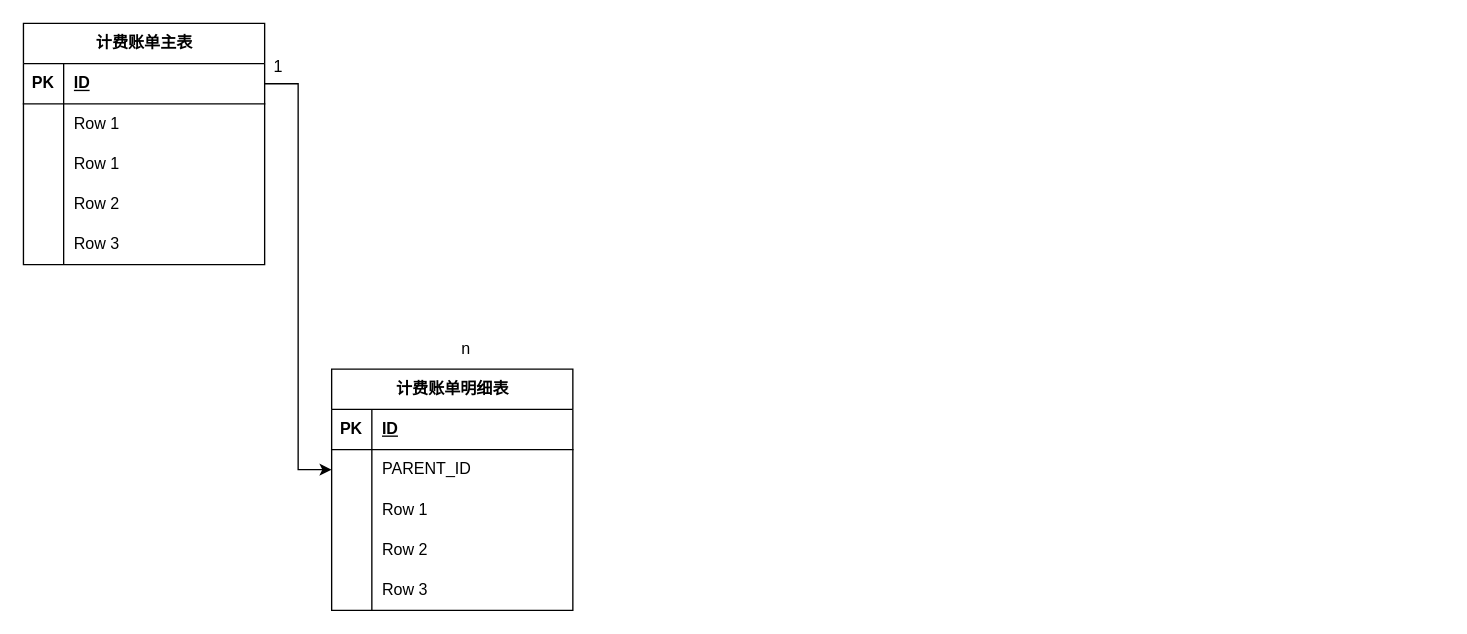
Before: page "第 1 页" (1 of 2) of 计费账单ER图.drawio in xiaohuihui7726/drawio, a draw.io diagram. Source tidied: cells renumbered, new cells numbered last; positions are measured from the earlier drawing's top-left corner, leaving out a move shared by most shapes. Both pictures are drawn from the tidied source at 134%, with x=0, y=0 at pixel (23, 23).
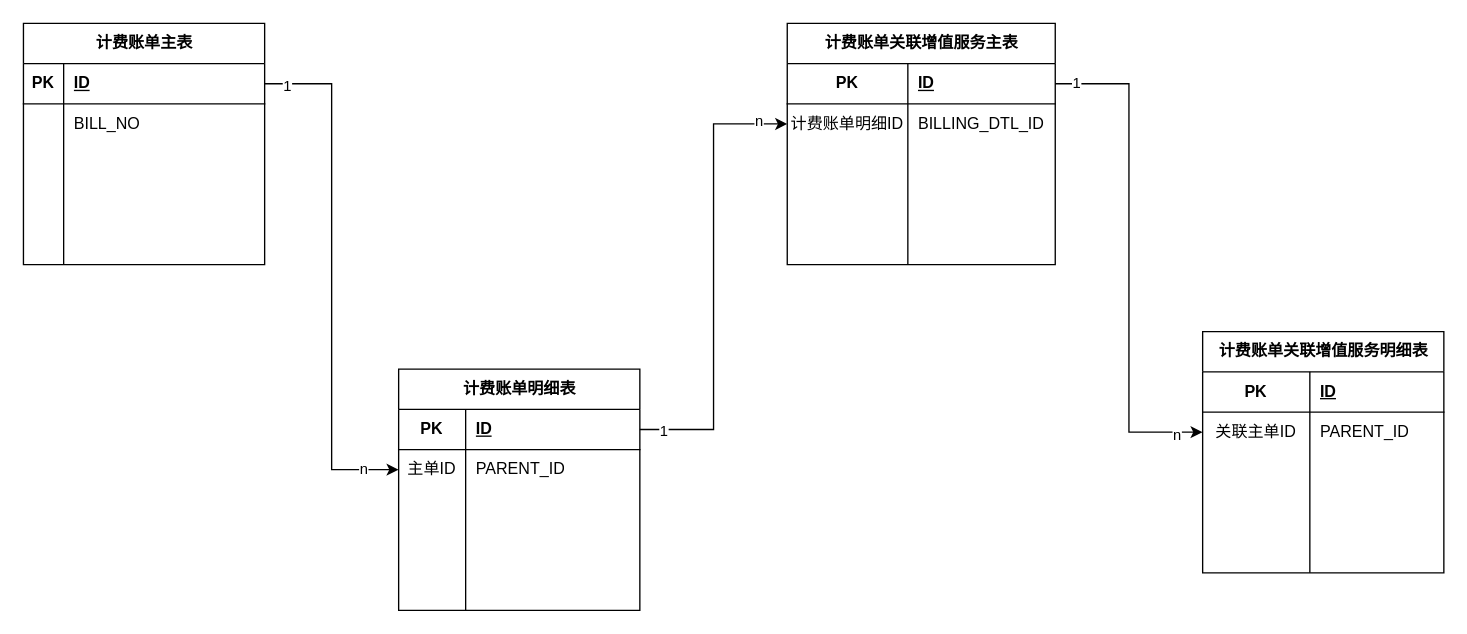
Above is the later version.

Commit message:
更新计费账单ER图.drawio

The change refers to these unchanged cells:
```xml
<mxCell id="6" style="shape=tableRow;horizontal=0;startSize=0;swimlaneHead=0;swimlaneBody=0;fillColor=none;top=0;left=0;right=0;bottom=0;" parent="2" vertex="1">
  <mxGeometry y="60" width="180" height="30" as="geometry" />
</mxCell>
<mxCell id="9" style="shape=tableRow;horizontal=0;startSize=0;swimlaneHead=0;swimlaneBody=0;fillColor=none;top=0;left=0;right=0;bottom=0;" parent="2" vertex="1">
  <mxGeometry y="90" width="180" height="30" as="geometry" />
</mxCell>
<mxCell id="12" style="shape=tableRow;horizontal=0;startSize=0;swimlaneHead=0;swimlaneBody=0;fillColor=none;top=0;left=0;right=0;bottom=0;" parent="2" vertex="1">
  <mxGeometry y="120" width="180" height="30" as="geometry" />
</mxCell>
<mxCell id="15" style="shape=tableRow;horizontal=0;startSize=0;swimlaneHead=0;swimlaneBody=0;fillColor=none;top=0;left=0;right=0;bottom=0;" parent="2" vertex="1">
  <mxGeometry y="150" width="180" height="30" as="geometry" />
</mxCell>
<mxCell id="19" style="shape=tableRow;horizontal=0;startSize=0;swimlaneHead=0;swimlaneBody=0;fillColor=none;points=[[0,0.5],[1,0.5]];portConstraint=eastwest;top=0;left=0;right=0;bottom=1;" parent="18" vertex="1">
  <mxGeometry y="30" width="180" height="30" as="geometry" />
</mxCell>
<mxCell id="22" style="shape=tableRow;horizontal=0;startSize=0;swimlaneHead=0;swimlaneBody=0;fillColor=none;points=[[0,0.5],[1,0.5]];portConstraint=eastwest;top=0;left=0;right=0;bottom=0;" parent="18" vertex="1">
  <mxGeometry y="60" width="180" height="30" as="geometry" />
</mxCell>
<mxCell id="25" style="shape=tableRow;horizontal=0;startSize=0;swimlaneHead=0;swimlaneBody=0;fillColor=none;top=0;left=0;right=0;bottom=0;" parent="18" vertex="1">
  <mxGeometry y="90" width="180" height="30" as="geometry" />
</mxCell>
<mxCell id="28" style="shape=tableRow;horizontal=0;startSize=0;swimlaneHead=0;swimlaneBody=0;fillColor=none;top=0;left=0;right=0;bottom=0;" parent="18" vertex="1">
  <mxGeometry y="120" width="180" height="30" as="geometry" />
</mxCell>
<mxCell id="31" style="shape=tableRow;horizontal=0;startSize=0;swimlaneHead=0;swimlaneBody=0;fillColor=none;top=0;left=0;right=0;bottom=0;" parent="18" vertex="1">
  <mxGeometry y="150" width="180" height="30" as="geometry" />
</mxCell>
<mxCell id="34" style="edgeStyle=orthogonalEdgeStyle;rounded=0;jettySize=auto;html=1;" parent="1" edge="1" source="3" target="22">
  <mxGeometry relative="1" as="geometry" />
</mxCell>
```

Change to the diagram source:
```diff
@@
-    <mxCell id="8" value="Row 1" style="shape=partialRectangle;fillColor=none;top=0;left=0;bottom=0;right=0;align=left;spacingLeft=6;overflow=hidden;whiteSpace=wrap;html=1;" parent="6" vertex="1">
+    <mxCell id="8" value="BILL_NO" style="shape=partialRectangle;fillColor=none;top=0;left=0;bottom=0;right=0;align=left;spacingLeft=6;overflow=hidden;whiteSpace=wrap;html=1;" parent="6" vertex="1">
       <mxGeometry x="30" width="150" height="30" as="geometry" />
     </mxCell>
@@
-    <mxCell id="11" value="Row 1" style="shape=partialRectangle;fillColor=none;top=0;left=0;bottom=0;right=0;align=left;spacingLeft=6;overflow=hidden;whiteSpace=wrap;html=1;" parent="9" vertex="1">
+    <mxCell id="11" style="shape=partialRectangle;fillColor=none;top=0;left=0;bottom=0;right=0;align=left;spacingLeft=6;overflow=hidden;whiteSpace=wrap;html=1;" parent="9" vertex="1">
       <mxGeometry x="30" width="150" height="30" as="geometry" />
     </mxCell>
@@
-    <mxCell id="14" value="Row 2" style="shape=partialRectangle;fillColor=none;top=0;left=0;bottom=0;right=0;align=left;spacingLeft=6;overflow=hidden;whiteSpace=wrap;html=1;" parent="12" vertex="1">
+    <mxCell id="14" style="shape=partialRectangle;fillColor=none;top=0;left=0;bottom=0;right=0;align=left;spacingLeft=6;overflow=hidden;whiteSpace=wrap;html=1;" parent="12" vertex="1">
       <mxGeometry x="30" width="150" height="30" as="geometry" />
     </mxCell>
@@
-    <mxCell id="17" value="Row 3" style="shape=partialRectangle;fillColor=none;top=0;left=0;bottom=0;right=0;align=left;spacingLeft=6;overflow=hidden;whiteSpace=wrap;html=1;" parent="15" vertex="1">
+    <mxCell id="17" style="shape=partialRectangle;fillColor=none;top=0;left=0;bottom=0;right=0;align=left;spacingLeft=6;overflow=hidden;whiteSpace=wrap;html=1;" parent="15" vertex="1">
       <mxGeometry x="30" width="150" height="30" as="geometry" />
     </mxCell>
     <mxCell id="18" value="计费账单明细表" style="shape=table;startSize=30;childLayout=tableLayout;rowLines=0;fontStyle=1;align=center;html=1;" parent="1" vertex="1">
-      <mxGeometry x="230" y="258" width="180" height="180" as="geometry" />
+      <mxGeometry x="280" y="258" width="180" height="180" as="geometry" />
     </mxCell>
@@
     <mxCell id="20" value="PK" style="shape=partialRectangle;fillColor=none;top=0;left=0;bottom=0;right=0;fontStyle=1;overflow=hidden;whiteSpace=wrap;html=1;" parent="19" vertex="1">
-      <mxGeometry width="30" height="30" as="geometry" />
+      <mxGeometry width="50" height="30" as="geometry" />
     </mxCell>
     <mxCell id="21" value="ID" style="shape=partialRectangle;fillColor=none;top=0;left=0;bottom=0;right=0;align=left;spacingLeft=6;fontStyle=5;overflow=hidden;whiteSpace=wrap;html=1;" parent="19" vertex="1">
-      <mxGeometry x="30" width="150" height="30" as="geometry" />
+      <mxGeometry x="50" width="130" height="30" as="geometry" />
     </mxCell>
@@
-    <mxCell id="23" style="shape=partialRectangle;fillColor=none;top=0;left=0;bottom=0;right=0;overflow=hidden;whiteSpace=wrap;html=1;" parent="22" vertex="1">
-      <mxGeometry width="30" height="30" as="geometry" />
+    <mxCell id="23" value="主单ID" style="shape=partialRectangle;fillColor=none;top=0;left=0;bottom=0;right=0;overflow=hidden;whiteSpace=wrap;html=1;" parent="22" vertex="1">
+      <mxGeometry width="50" height="30" as="geometry" />
     </mxCell>
     <mxCell id="24" value="PARENT_ID" style="shape=partialRectangle;fillColor=none;top=0;left=0;bottom=0;right=0;align=left;spacingLeft=6;overflow=hidden;whiteSpace=wrap;html=1;" parent="22" vertex="1">
-      <mxGeometry x="30" width="150" height="30" as="geometry" />
+      <mxGeometry x="50" width="130" height="30" as="geometry" />
     </mxCell>
@@
     <mxCell id="26" style="shape=partialRectangle;fillColor=none;top=0;left=0;bottom=0;right=0;overflow=hidden;whiteSpace=wrap;html=1;" parent="25" vertex="1">
-      <mxGeometry width="30" height="30" as="geometry" />
+      <mxGeometry width="50" height="30" as="geometry" />
     </mxCell>
-    <mxCell id="27" value="Row 1" style="shape=partialRectangle;fillColor=none;top=0;left=0;bottom=0;right=0;align=left;spacingLeft=6;overflow=hidden;whiteSpace=wrap;html=1;" parent="25" vertex="1">
-      <mxGeometry x="30" width="150" height="30" as="geometry" />
+    <mxCell id="27" style="shape=partialRectangle;fillColor=none;top=0;left=0;bottom=0;right=0;align=left;spacingLeft=6;overflow=hidden;whiteSpace=wrap;html=1;" parent="25" vertex="1">
+      <mxGeometry x="50" width="130" height="30" as="geometry" />
     </mxCell>
@@
     <mxCell id="29" style="shape=partialRectangle;fillColor=none;top=0;left=0;bottom=0;right=0;overflow=hidden;whiteSpace=wrap;html=1;" parent="28" vertex="1">
-      <mxGeometry width="30" height="30" as="geometry" />
+      <mxGeometry width="50" height="30" as="geometry" />
     </mxCell>
-    <mxCell id="30" value="Row 2" style="shape=partialRectangle;fillColor=none;top=0;left=0;bottom=0;right=0;align=left;spacingLeft=6;overflow=hidden;whiteSpace=wrap;html=1;" parent="28" vertex="1">
-      <mxGeometry x="30" width="150" height="30" as="geometry" />
+    <mxCell id="30" style="shape=partialRectangle;fillColor=none;top=0;left=0;bottom=0;right=0;align=left;spacingLeft=6;overflow=hidden;whiteSpace=wrap;html=1;" parent="28" vertex="1">
+      <mxGeometry x="50" width="130" height="30" as="geometry" />
     </mxCell>
@@
     <mxCell id="32" style="shape=partialRectangle;fillColor=none;top=0;left=0;bottom=0;right=0;overflow=hidden;whiteSpace=wrap;html=1;" parent="31" vertex="1">
-      <mxGeometry width="30" height="30" as="geometry" />
+      <mxGeometry width="50" height="30" as="geometry" />
     </mxCell>
-    <mxCell id="33" value="Row 3" style="shape=partialRectangle;fillColor=none;top=0;left=0;bottom=0;right=0;align=left;spacingLeft=6;overflow=hidden;whiteSpace=wrap;html=1;" parent="31" vertex="1">
-      <mxGeometry x="30" width="150" height="30" as="geometry" />
+    <mxCell id="33" style="shape=partialRectangle;fillColor=none;top=0;left=0;bottom=0;right=0;align=left;spacingLeft=6;overflow=hidden;whiteSpace=wrap;html=1;" parent="31" vertex="1">
+      <mxGeometry x="50" width="130" height="30" as="geometry" />
     </mxCell>
@@
-    <mxCell id="35" value="1" style="text;html=1;align=center;verticalAlign=middle;strokeColor=none;fillColor=none;" parent="1" vertex="1">
-      <mxGeometry x="175" y="18" width="30" height="30" as="geometry" />
-    </mxCell>
-    <mxCell id="36" value="n" style="text;html=1;align=center;verticalAlign=middle;strokeColor=none;fillColor=none;" parent="1" vertex="1">
-      <mxGeometry x="315" y="228" width="30" height="30" as="geometry" />
-    </mxCell>
+    <mxCell id="37" value="n" style="edgeLabel;html=1;align=center;verticalAlign=middle;" parent="34" vertex="1">
+      <mxGeometry x="0.86" y="1" relative="1" as="geometry" />
+    </mxCell>
+    <mxCell id="38" value="1" style="edgeLabel;html=1;align=center;verticalAlign=middle;" parent="34" vertex="1">
+      <mxGeometry x="-0.92" y="-1" relative="1" as="geometry" />
+    </mxCell>
+    <mxCell id="39" value="计费账单关联增值服务主表" style="shape=table;startSize=30;childLayout=tableLayout;rowLines=0;fontStyle=1;align=center;html=1;" parent="1" vertex="1">
+      <mxGeometry x="570" width="200" height="180" as="geometry" />
+    </mxCell>
+    <mxCell id="40" style="shape=tableRow;horizontal=0;startSize=0;swimlaneHead=0;swimlaneBody=0;fillColor=none;points=[[0,0.5],[1,0.5]];portConstraint=eastwest;top=0;left=0;right=0;bottom=1;" parent="39" vertex="1">
+      <mxGeometry y="30" width="200" height="30" as="geometry" />
+    </mxCell>
+    <mxCell id="41" value="PK" style="shape=partialRectangle;fillColor=none;top=0;left=0;bottom=0;right=0;fontStyle=1;overflow=hidden;whiteSpace=wrap;html=1;" parent="40" vertex="1">
+      <mxGeometry width="90" height="30" as="geometry" />
+    </mxCell>
+    <mxCell id="42" value="ID" style="shape=partialRectangle;fillColor=none;top=0;left=0;bottom=0;right=0;align=left;spacingLeft=6;fontStyle=5;overflow=hidden;whiteSpace=wrap;html=1;" parent="40" vertex="1">
+      <mxGeometry x="90" width="110" height="30" as="geometry" />
+    </mxCell>
+    <mxCell id="43" style="shape=tableRow;horizontal=0;startSize=0;swimlaneHead=0;swimlaneBody=0;fillColor=none;points=[[0,0.5],[1,0.5]];portConstraint=eastwest;top=0;left=0;right=0;bottom=0;" parent="39" vertex="1">
+      <mxGeometry y="60" width="200" height="30" as="geometry" />
+    </mxCell>
+    <mxCell id="44" value="计费账单明细ID" style="shape=partialRectangle;fillColor=none;top=0;left=0;bottom=0;right=0;overflow=hidden;whiteSpace=wrap;html=1;" parent="43" vertex="1">
+      <mxGeometry width="90" height="30" as="geometry" />
+    </mxCell>
+    <mxCell id="45" value="&lt;span style=&quot;font-family: &amp;quot;PingFang SC&amp;quot;, Helvetica, Tahoma, &amp;quot;Hiragino Sans GB&amp;quot;, &amp;quot;Microsoft YaHei&amp;quot;, SimSun, Heiti, sans-serif; white-space-collapse: preserve; background-color: rgb(255, 255, 255);&quot;&gt;BILLING_DTL_ID&lt;/span&gt;" style="shape=partialRectangle;fillColor=none;top=0;left=0;bottom=0;right=0;align=left;spacingLeft=6;overflow=hidden;whiteSpace=wrap;html=1;" parent="43" vertex="1">
+      <mxGeometry x="90" width="110" height="30" as="geometry" />
+    </mxCell>
+    <mxCell id="46" style="shape=tableRow;horizontal=0;startSize=0;swimlaneHead=0;swimlaneBody=0;fillColor=none;top=0;left=0;right=0;bottom=0;" parent="39" vertex="1">
+      <mxGeometry y="90" width="200" height="30" as="geometry" />
+    </mxCell>
+    <mxCell id="47" style="shape=partialRectangle;fillColor=none;top=0;left=0;bottom=0;right=0;overflow=hidden;whiteSpace=wrap;html=1;" parent="46" vertex="1">
+      <mxGeometry width="90" height="30" as="geometry" />
+    </mxCell>
+    <mxCell id="48" style="shape=partialRectangle;fillColor=none;top=0;left=0;bottom=0;right=0;align=left;spacingLeft=6;overflow=hidden;whiteSpace=wrap;html=1;" parent="46" vertex="1">
+      <mxGeometry x="90" width="110" height="30" as="geometry" />
+    </mxCell>
+    <mxCell id="49" style="shape=tableRow;horizontal=0;startSize=0;swimlaneHead=0;swimlaneBody=0;fillColor=none;top=0;left=0;right=0;bottom=0;" parent="39" vertex="1">
+      <mxGeometry y="120" width="200" height="30" as="geometry" />
+    </mxCell>
+    <mxCell id="50" style="shape=partialRectangle;fillColor=none;top=0;left=0;bottom=0;right=0;overflow=hidden;whiteSpace=wrap;html=1;" parent="49" vertex="1">
+      <mxGeometry width="90" height="30" as="geometry" />
+    </mxCell>
+    <mxCell id="51" style="shape=partialRectangle;fillColor=none;top=0;left=0;bottom=0;right=0;align=left;spacingLeft=6;overflow=hidden;whiteSpace=wrap;html=1;" parent="49" vertex="1">
+      <mxGeometry x="90" width="110" height="30" as="geometry" />
+    </mxCell>
+    <mxCell id="52" style="shape=tableRow;horizontal=0;startSize=0;swimlaneHead=0;swimlaneBody=0;fillColor=none;top=0;left=0;right=0;bottom=0;" parent="39" vertex="1">
+      <mxGeometry y="150" width="200" height="30" as="geometry" />
+    </mxCell>
+    <mxCell id="53" style="shape=partialRectangle;fillColor=none;top=0;left=0;bottom=0;right=0;overflow=hidden;whiteSpace=wrap;html=1;" parent="52" vertex="1">
+      <mxGeometry width="90" height="30" as="geometry" />
+    </mxCell>
+    <mxCell id="54" style="shape=partialRectangle;fillColor=none;top=0;left=0;bottom=0;right=0;align=left;spacingLeft=6;overflow=hidden;whiteSpace=wrap;html=1;" parent="52" vertex="1">
+      <mxGeometry x="90" width="110" height="30" as="geometry" />
+    </mxCell>
+    <mxCell id="55" style="edgeStyle=orthogonalEdgeStyle;rounded=0;jettySize=auto;html=1;entryX=0;entryY=0.5;entryDx=0;entryDy=0;" parent="1" edge="1" source="19" target="43">
+      <mxGeometry relative="1" as="geometry" />
+    </mxCell>
+    <mxCell id="56" value="1" style="edgeLabel;html=1;align=center;verticalAlign=middle;" parent="55" vertex="1">
+      <mxGeometry x="-0.9" relative="1" as="geometry" />
+    </mxCell>
+    <mxCell id="57" value="n" style="edgeLabel;html=1;align=center;verticalAlign=middle;" parent="55" vertex="1">
+      <mxGeometry x="0.87" y="3" relative="1" as="geometry" />
+    </mxCell>
+    <mxCell id="58" value="计费账单关联增值服务明细表" style="shape=table;startSize=30;childLayout=tableLayout;rowLines=0;fontStyle=1;align=center;html=1;" parent="1" vertex="1">
+      <mxGeometry x="880" y="230" width="180" height="180" as="geometry" />
+    </mxCell>
+    <mxCell id="59" style="shape=tableRow;horizontal=0;startSize=0;swimlaneHead=0;swimlaneBody=0;fillColor=none;top=0;left=0;right=0;bottom=1;" parent="58" vertex="1">
+      <mxGeometry y="30" width="180" height="30" as="geometry" />
+    </mxCell>
+    <mxCell id="60" value="PK" style="shape=partialRectangle;fillColor=none;top=0;left=0;bottom=0;right=0;fontStyle=1;overflow=hidden;whiteSpace=wrap;html=1;" parent="59" vertex="1">
+      <mxGeometry width="80" height="30" as="geometry" />
+    </mxCell>
+    <mxCell id="61" value="ID" style="shape=partialRectangle;fillColor=none;top=0;left=0;bottom=0;right=0;align=left;spacingLeft=6;fontStyle=5;overflow=hidden;whiteSpace=wrap;html=1;" parent="59" vertex="1">
+      <mxGeometry x="80" width="100" height="30" as="geometry" />
+    </mxCell>
+    <mxCell id="62" style="shape=tableRow;horizontal=0;startSize=0;swimlaneHead=0;swimlaneBody=0;fillColor=none;points=[[0,0.5],[1,0.5]];portConstraint=eastwest;top=0;left=0;right=0;bottom=0;" parent="58" vertex="1">
+      <mxGeometry y="60" width="180" height="30" as="geometry" />
+    </mxCell>
+    <mxCell id="63" value="关联主单ID" style="shape=partialRectangle;fillColor=none;top=0;left=0;bottom=0;right=0;overflow=hidden;whiteSpace=wrap;html=1;" parent="62" vertex="1">
+      <mxGeometry width="80" height="30" as="geometry" />
+    </mxCell>
+    <mxCell id="64" value="PARENT_ID" style="shape=partialRectangle;fillColor=none;top=0;left=0;bottom=0;right=0;align=left;spacingLeft=6;overflow=hidden;whiteSpace=wrap;html=1;" parent="62" vertex="1">
+      <mxGeometry x="80" width="100" height="30" as="geometry" />
+    </mxCell>
+    <mxCell id="65" style="shape=tableRow;horizontal=0;startSize=0;swimlaneHead=0;swimlaneBody=0;fillColor=none;top=0;left=0;right=0;bottom=0;" parent="58" vertex="1">
+      <mxGeometry y="90" width="180" height="30" as="geometry" />
+    </mxCell>
+    <mxCell id="66" style="shape=partialRectangle;fillColor=none;top=0;left=0;bottom=0;right=0;overflow=hidden;whiteSpace=wrap;html=1;" parent="65" vertex="1">
+      <mxGeometry width="80" height="30" as="geometry" />
+    </mxCell>
+    <mxCell id="67" style="shape=partialRectangle;fillColor=none;top=0;left=0;bottom=0;right=0;align=left;spacingLeft=6;overflow=hidden;whiteSpace=wrap;html=1;" parent="65" vertex="1">
+      <mxGeometry x="80" width="100" height="30" as="geometry" />
+    </mxCell>
+    <mxCell id="68" style="shape=tableRow;horizontal=0;startSize=0;swimlaneHead=0;swimlaneBody=0;fillColor=none;top=0;left=0;right=0;bottom=0;" parent="58" vertex="1">
+      <mxGeometry y="120" width="180" height="30" as="geometry" />
+    </mxCell>
+    <mxCell id="69" style="shape=partialRectangle;fillColor=none;top=0;left=0;bottom=0;right=0;overflow=hidden;whiteSpace=wrap;html=1;" parent="68" vertex="1">
+      <mxGeometry width="80" height="30" as="geometry" />
+    </mxCell>
+    <mxCell id="70" style="shape=partialRectangle;fillColor=none;top=0;left=0;bottom=0;right=0;align=left;spacingLeft=6;overflow=hidden;whiteSpace=wrap;html=1;" parent="68" vertex="1">
+      <mxGeometry x="80" width="100" height="30" as="geometry" />
+    </mxCell>
+    <mxCell id="71" style="shape=tableRow;horizontal=0;startSize=0;swimlaneHead=0;swimlaneBody=0;fillColor=none;top=0;left=0;right=0;bottom=0;" parent="58" vertex="1">
+      <mxGeometry y="150" width="180" height="30" as="geometry" />
+    </mxCell>
+    <mxCell id="72" style="shape=partialRectangle;fillColor=none;top=0;left=0;bottom=0;right=0;overflow=hidden;whiteSpace=wrap;html=1;" parent="71" vertex="1">
+      <mxGeometry width="80" height="30" as="geometry" />
+    </mxCell>
+    <mxCell id="73" style="shape=partialRectangle;fillColor=none;top=0;left=0;bottom=0;right=0;align=left;spacingLeft=6;overflow=hidden;whiteSpace=wrap;html=1;" parent="71" vertex="1">
+      <mxGeometry x="80" width="100" height="30" as="geometry" />
+    </mxCell>
+    <mxCell id="74" style="edgeStyle=orthogonalEdgeStyle;rounded=0;jettySize=auto;html=1;entryX=0;entryY=0.5;entryDx=0;entryDy=0;" parent="1" edge="1" source="40" target="62">
+      <mxGeometry relative="1" as="geometry" />
+    </mxCell>
+    <mxCell id="75" value="1" style="edgeLabel;html=1;align=center;verticalAlign=middle;" parent="74" vertex="1">
+      <mxGeometry x="-0.92" y="1" relative="1" as="geometry" />
+    </mxCell>
+    <mxCell id="76" value="n" style="edgeLabel;html=1;align=center;verticalAlign=middle;" parent="74" vertex="1">
+      <mxGeometry x="0.89" y="-1" relative="1" as="geometry" />
+    </mxCell>
```
